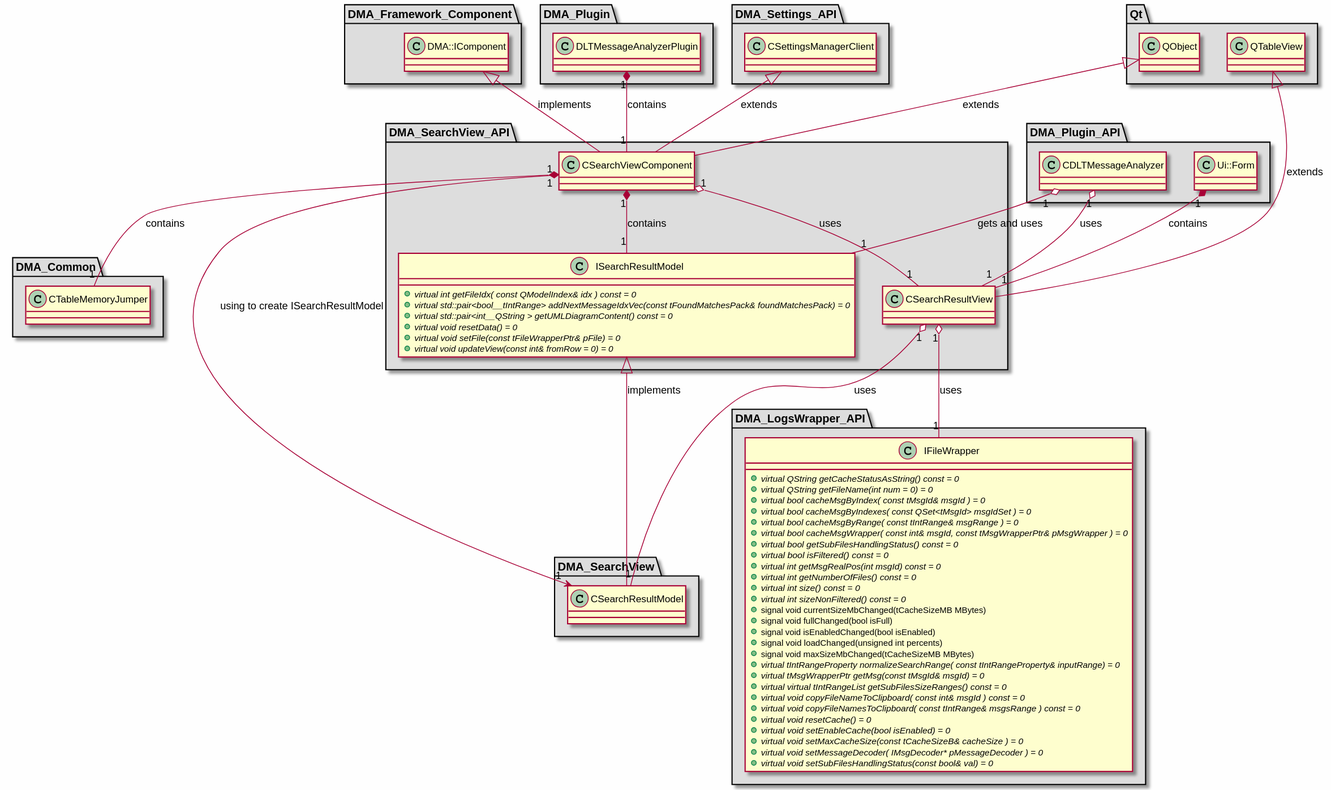
This is md/dev_docs/puml/DMA_SearchView_API.svg from svlad-90/DLT-Message-Analyzer, a PlantUML export, as it was before one commit.
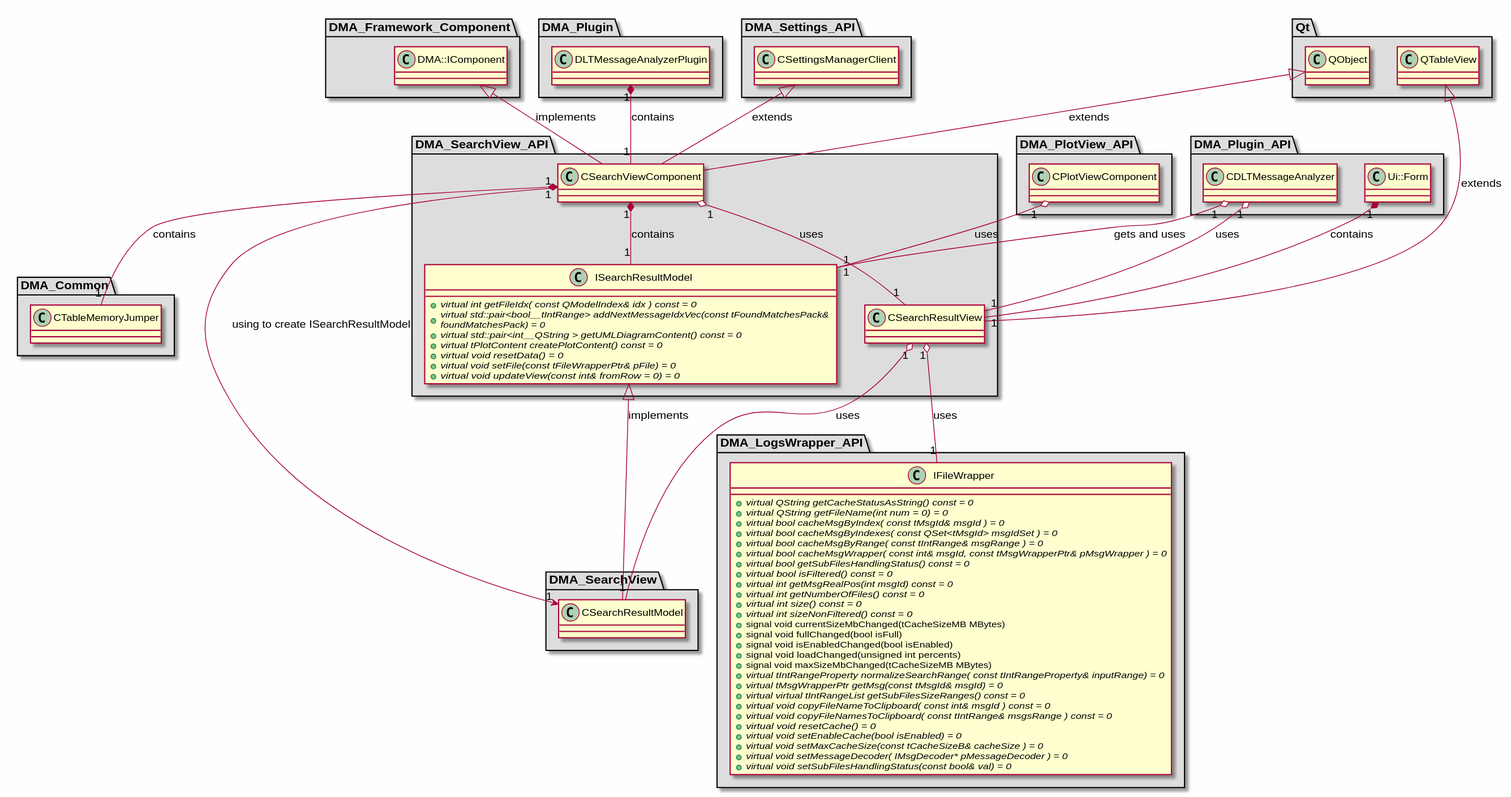
After the change.

The edit, as a diff of the source:
```diff
@@ -56,6 +56,15 @@
 
 }
 
+package "DMA_PlotView_API" #DDDDDD
+{
+
+class "CPlotViewComponent"
+{
+}
+
+}
+
 package "DMA_Plugin" #DDDDDD
 {
 
@@ -103,6 +112,7 @@
     + {abstract} virtual int getFileIdx( const QModelIndex& idx ) const = 0
     + {abstract} virtual std::pair<bool__tIntRange> addNextMessageIdxVec(const tFoundMatchesPack& foundMatchesPack) = 0
     + {abstract} virtual std::pair<int__QString > getUMLDiagramContent() const = 0
+    + {abstract} virtual tPlotContent createPlotContent() const = 0
     + {abstract} virtual void resetData() = 0
     + {abstract} virtual void setFile(const tFileWrapperPtr& pFile) = 0
     + {abstract} virtual void updateView(const int& fromRow = 0) = 0
@@ -138,6 +148,7 @@
 DMA::IComponent <|-- CSearchViewComponent : implements
 QObject <|-- CSearchViewComponent : extends
 
+CPlotViewComponent "1" o-- "1" ISearchResultModel : uses
 DLTMessageAnalyzerPlugin "1" *-- "1" CSearchViewComponent : contains
 CDLTMessageAnalyzer "1" o-- "1" CSearchResultView : uses
 CDLTMessageAnalyzer "1" o-- "1" ISearchResultModel : gets and uses
```
